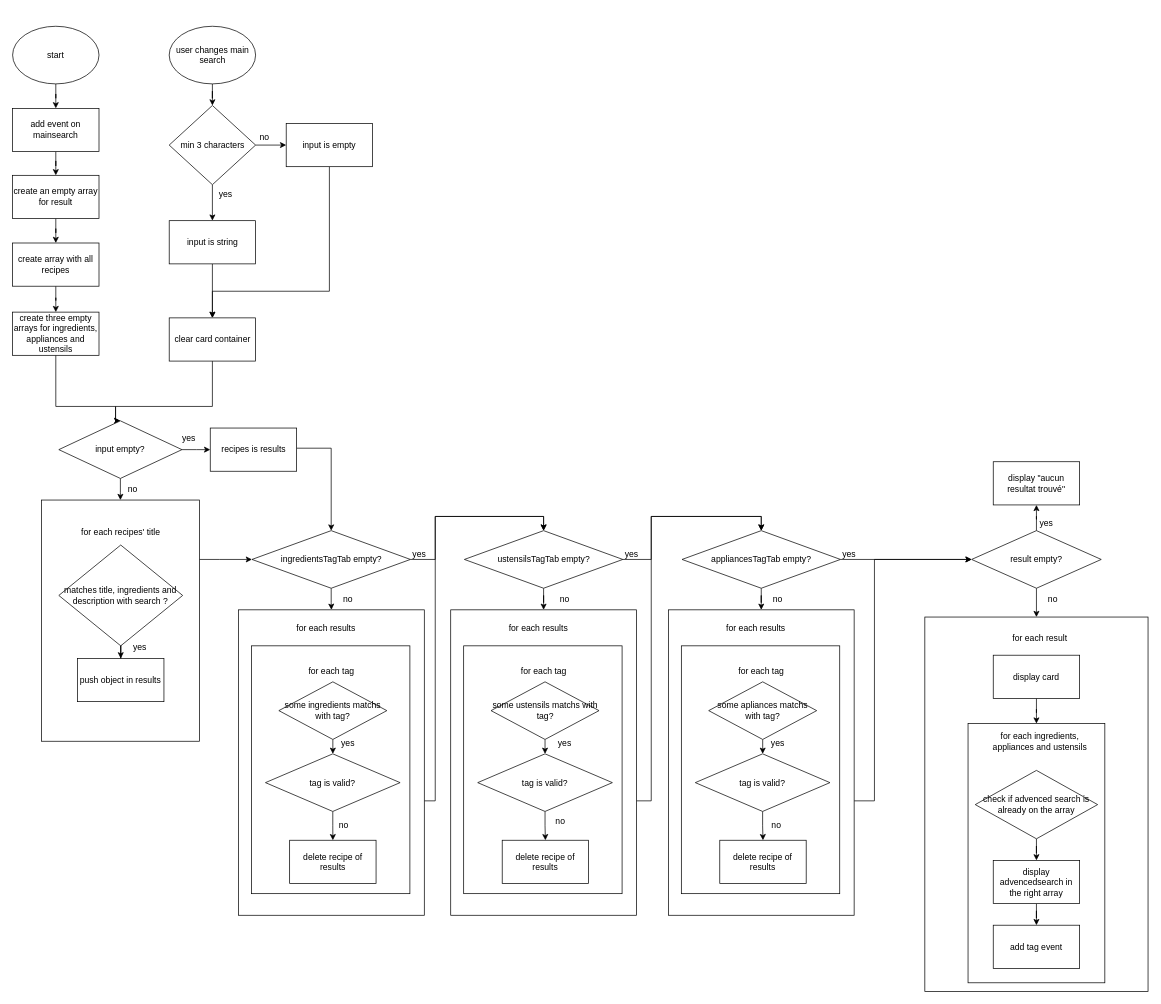
The draw.io diagram algorigramme programmation fonctionnelle.drawio in madelineGrammatico/Les_Petits_Plats, before the edit. Source tidied: cells renumbered, new cells numbered last; positions are measured from the earlier drawing's top-left corner, leaving out a move shared by most shapes. Both pictures are drawn from the tidied source at 72%, with x=0, y=0 at pixel (12, 26).
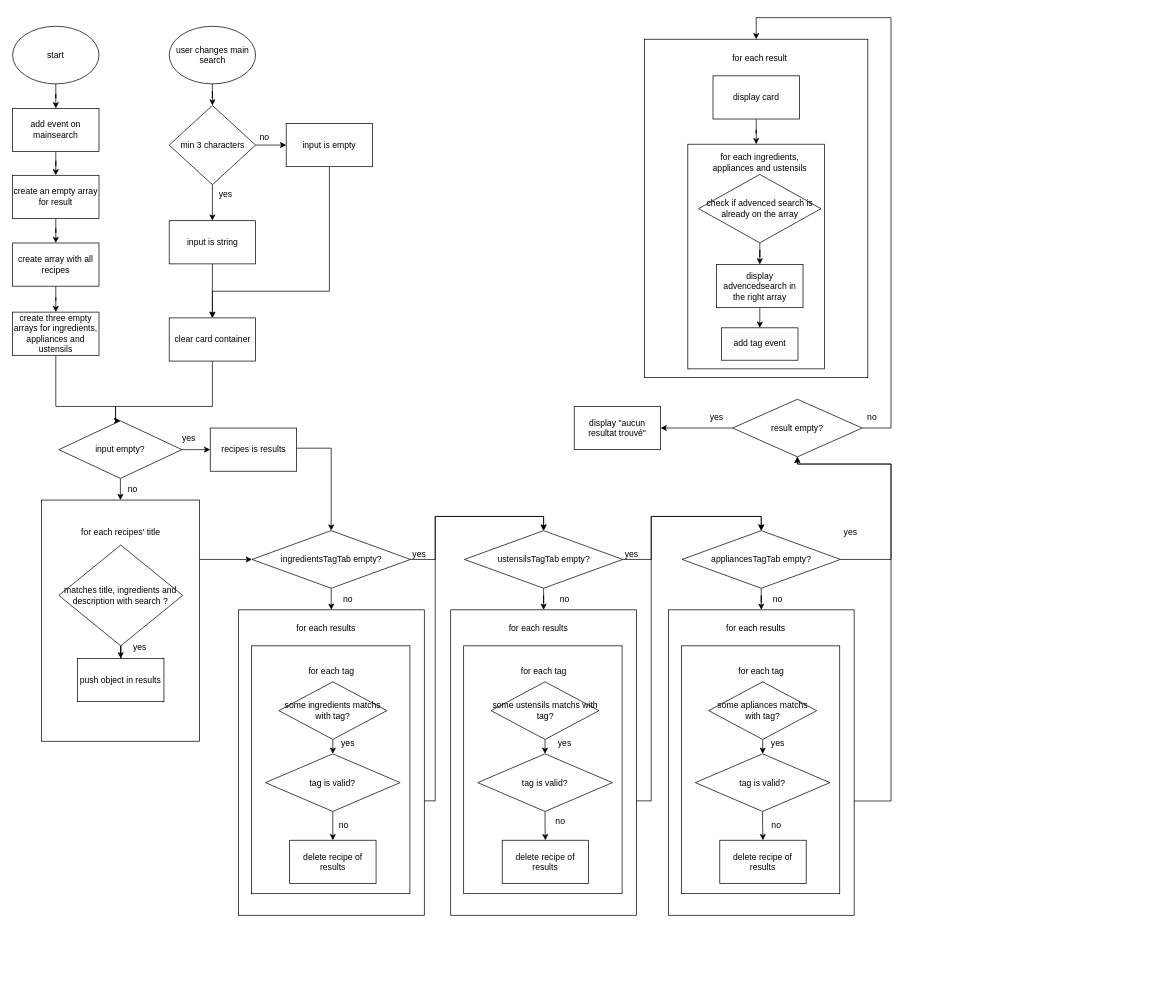
Above is the later version.

Commit message:
Mettre à jour algorigramme programmation fonctionnelle.drawio

The change refers to these unchanged cells:
```xml
<mxCell id="70" style="rounded=0;whiteSpace=wrap;html=1;" parent="1" vertex="1">
  <mxGeometry x="910.8" y="810.5" width="258" height="424.2" as="geometry" />
</mxCell>
<mxCell id="73" value="appliancesTagTab empty?" style="rhombus;whiteSpace=wrap;html=1;" parent="1" vertex="1">
  <mxGeometry x="929.8" y="700.5" width="220" height="80" as="geometry" />
</mxCell>
```

Diff of the diagram source:
```diff
@@
-    <mxCell id="20" style="edgeStyle=orthogonalEdgeStyle;rounded=0;jettySize=auto;html=1;exitX=0.5;exitY=1;exitDx=0;exitDy=0;" parent="1" edge="1" source="21" target="25">
-      <mxGeometry relative="1" as="geometry" />
+    <mxCell id="20" style="edgeStyle=orthogonalEdgeStyle;rounded=0;jettySize=auto;html=1;entryX=0.5;entryY=0;entryDx=0;entryDy=0;exitX=1;exitY=0.5;exitDx=0;exitDy=0;" parent="1" edge="1" source="21" target="25">
+      <mxGeometry relative="1" as="geometry">
+        <Array as="points">
+          <mxPoint x="1220" y="558" />
+          <mxPoint x="1220" y="-12" />
+          <mxPoint x="1033" y="-12" />
+        </Array>
+      </mxGeometry>
     </mxCell>
     <mxCell id="21" value="result empty?" style="rhombus;whiteSpace=wrap;html=1;" parent="1" vertex="1">
-      <mxGeometry x="1332" y="700.5" width="180" height="80" as="geometry" />
+      <mxGeometry x="1000" y="518" width="180" height="80" as="geometry" />
     </mxCell>
     <mxCell id="22" value="display &quot;aucun resultat trouvé&quot;" style="rounded=0;whiteSpace=wrap;html=1;" parent="1" vertex="1">
-      <mxGeometry x="1362" y="604.8" width="120" height="60" as="geometry" />
+      <mxGeometry x="780" y="528" width="120" height="60" as="geometry" />
     </mxCell>
@@
     <mxCell id="25" style="rounded=0;whiteSpace=wrap;html=1;" parent="1" vertex="1">
-      <mxGeometry x="1267" y="820.5" width="310" height="520" as="geometry" />
+      <mxGeometry x="877.8" y="18" width="310" height="470" as="geometry" />
     </mxCell>
     <mxCell id="26" value="for each result" style="text;html=1;strokeColor=none;fillColor=none;align=center;verticalAlign=middle;whiteSpace=wrap;rounded=0;" parent="1" vertex="1">
-      <mxGeometry x="1387" y="835" width="80" height="30" as="geometry" />
+      <mxGeometry x="997.8" y="30.2" width="80" height="30" as="geometry" />
     </mxCell>
@@
     <mxCell id="28" value="display card" style="rounded=0;whiteSpace=wrap;html=1;" parent="1" vertex="1">
-      <mxGeometry x="1362" y="873.5" width="120" height="60" as="geometry" />
+      <mxGeometry x="972.8" y="68.8" width="120" height="60" as="geometry" />
     </mxCell>
     <mxCell id="29" style="rounded=0;whiteSpace=wrap;html=1;" parent="1" vertex="1">
-      <mxGeometry x="1327" y="968.5" width="190" height="360" as="geometry" />
+      <mxGeometry x="937.8" y="163.8" width="190" height="312" as="geometry" />
     </mxCell>
@@
     <mxCell id="31" value="display advencedsearch in the right array" style="rounded=0;whiteSpace=wrap;html=1;" parent="1" vertex="1">
-      <mxGeometry x="1362" y="1158.5" width="120" height="60" as="geometry" />
+      <mxGeometry x="977.8" y="330.8" width="120" height="60" as="geometry" />
     </mxCell>
@@
     <mxCell id="33" value="check if advenced search is already on the array" style="rhombus;whiteSpace=wrap;html=1;" parent="1" vertex="1">
-      <mxGeometry x="1337" y="1033.5" width="170" height="95" as="geometry" />
+      <mxGeometry x="952.8" y="205.8" width="170" height="95" as="geometry" />
     </mxCell>
     <mxCell id="34" value="for each ingredients, appliances and ustensils" style="text;html=1;strokeColor=none;fillColor=none;align=center;verticalAlign=middle;whiteSpace=wrap;rounded=0;" parent="1" vertex="1">
-      <mxGeometry x="1352" y="978.5" width="150" height="30" as="geometry" />
+      <mxGeometry x="962.8" y="173.8" width="150" height="30" as="geometry" />
     </mxCell>
     <mxCell id="35" value="add tag event" style="rounded=0;whiteSpace=wrap;html=1;" parent="1" vertex="1">
-      <mxGeometry x="1362" y="1248.5" width="120" height="60" as="geometry" />
+      <mxGeometry x="984.6" y="418.8" width="106.2" height="45" as="geometry" />
     </mxCell>
@@
-    <mxCell id="69" style="edgeStyle=orthogonalEdgeStyle;rounded=0;jettySize=auto;html=1;entryX=0;entryY=0.5;entryDx=0;entryDy=0;" parent="1" edge="1" source="70" target="21">
+    <mxCell id="69" style="edgeStyle=orthogonalEdgeStyle;rounded=0;jettySize=auto;html=1;entryX=0.5;entryY=1;entryDx=0;entryDy=0;" parent="1" edge="1" source="70" target="21">
       <mxGeometry relative="1" as="geometry">
         <Array as="points">
-          <mxPoint x="1197" y="1075.8" />
-          <mxPoint x="1197" y="740.8" />
+          <mxPoint x="1220" y="1076" />
+          <mxPoint x="1220" y="608" />
+          <mxPoint x="1090" y="608" />
         </Array>
       </mxGeometry>
     </mxCell>
@@
-    <mxCell id="72" style="edgeStyle=orthogonalEdgeStyle;rounded=0;jettySize=auto;html=1;entryX=0;entryY=0.5;entryDx=0;entryDy=0;" parent="1" edge="1" source="73" target="21">
-      <mxGeometry relative="1" as="geometry" />
+    <mxCell id="72" style="edgeStyle=orthogonalEdgeStyle;rounded=0;jettySize=auto;html=1;entryX=0.5;entryY=1;entryDx=0;entryDy=0;exitX=1;exitY=0.5;exitDx=0;exitDy=0;" parent="1" edge="1" source="73" target="21">
+      <mxGeometry relative="1" as="geometry">
+        <Array as="points">
+          <mxPoint x="1220" y="740" />
+          <mxPoint x="1220" y="608" />
+          <mxPoint x="1090" y="608" />
+        </Array>
+      </mxGeometry>
     </mxCell>
@@
     <mxCell id="91" value="no" style="text;html=1;strokeColor=none;fillColor=none;align=center;verticalAlign=middle;whiteSpace=wrap;rounded=0;" parent="1" vertex="1">
-      <mxGeometry x="1415" y="780.8" width="60" height="30" as="geometry" />
+      <mxGeometry x="1164" y="528" width="60" height="30" as="geometry" />
     </mxCell>
@@
     <mxCell id="102" value="yes" style="text;html=1;strokeColor=none;fillColor=none;align=center;verticalAlign=middle;whiteSpace=wrap;rounded=0;" parent="1" vertex="1">
-      <mxGeometry x="1132" y="718" width="60" height="30" as="geometry" />
+      <mxGeometry x="1134" y="688" width="60" height="30" as="geometry" />
     </mxCell>
@@
     <mxCell id="106" value="yes" style="text;html=1;strokeColor=none;fillColor=none;align=center;verticalAlign=middle;whiteSpace=wrap;rounded=0;" parent="1" vertex="1">
-      <mxGeometry x="1406" y="674.8" width="60" height="30" as="geometry" />
+      <mxGeometry x="948.2" y="528" width="60" height="30" as="geometry" />
     </mxCell>
```
